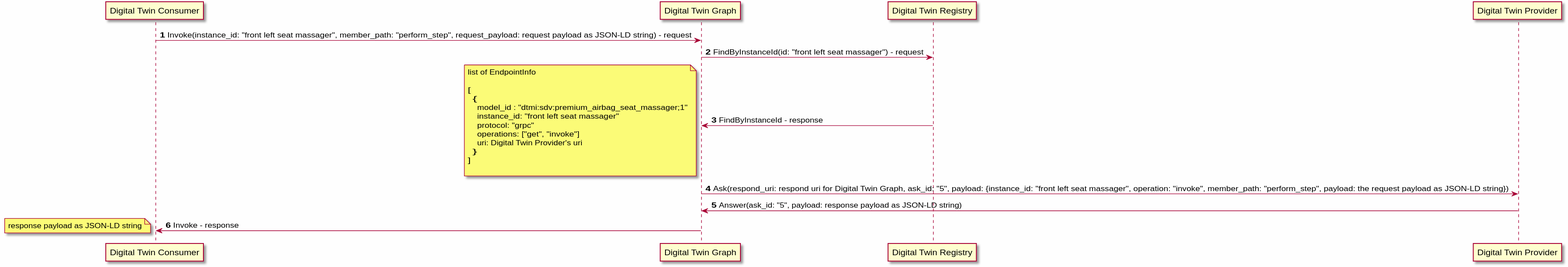
This is docs/design/modules/digital_twin_graph/diagrams/invoke_sequence.svg from eclipse-ibeji/ibeji, a PlantUML export, as it was before one commit.
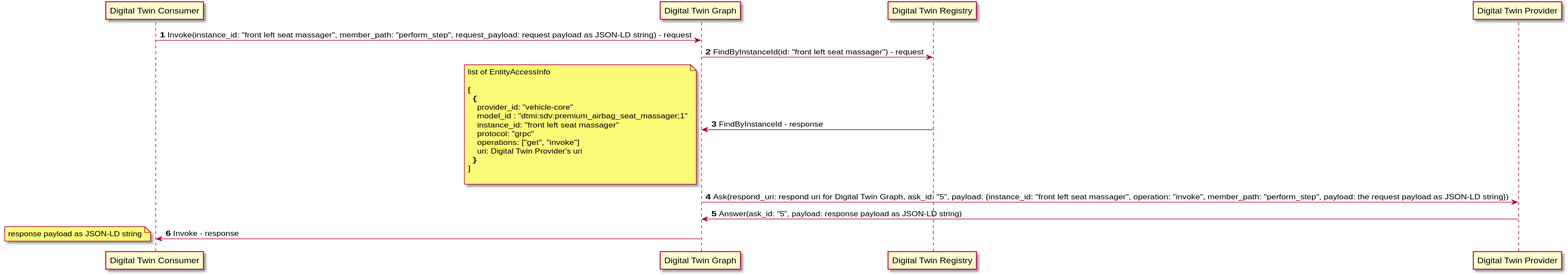
After the commit.

Diff of the diagram source:
```diff
@@ -1,5 +1,4 @@
 @startuml
-skinparamlocked backgroundColor fefefe
 
 autonumber
 
@@ -13,10 +12,11 @@
 DIGITAL_TWIN_GRAPH -> DIGITAL_TWIN_REGISTRY: FindByInstanceId(id: "front left seat massager") - request
 DIGITAL_TWIN_GRAPH <- DIGITAL_TWIN_REGISTRY: FindByInstanceId - response
 note left
-  list of EndpointInfo
+  list of EntityAccessInfo
 
   [
     {
+      provider_id: "vehicle-core"
       model_id : "dtmi:sdv:premium_airbag_seat_massager;1"
       instance_id: "front left seat massager"
       protocol: "grpc"
```
